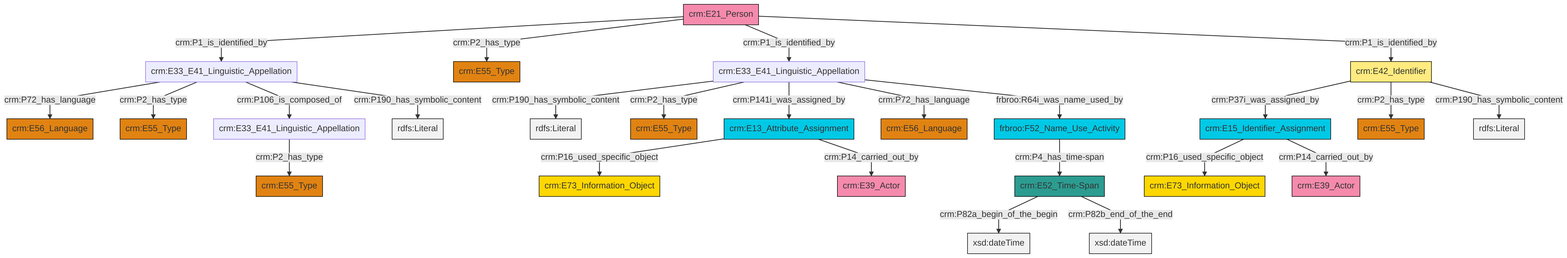
Earlier version of the Mermaid export et/personCSV/ttl/mmd/png/Person_Names_and_Classification.png (swiss-art-research-net/docs.swissartresearch). Its source is kept beside it as et/personCSV/ttl/mmd/Person_Names_and_Classification.ttl.mmd.
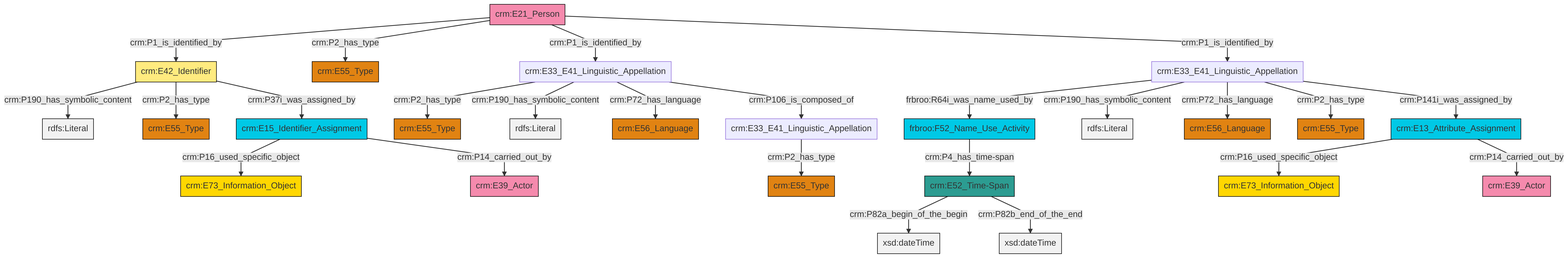
The same diagram one commit later.

Diff of the diagram source:
```diff
@@ -13,27 +13,27 @@
 classDef PC_Classes fill:#4ce600, stroke:#000000;
 classDef Multi fill:#cccccc,stroke:#000000;
 
-0["crm:E33_E41_Linguistic_Appellation"]:::Default -->|crm:P72_has_language| 1["crm:E56_Language"]:::Type
-8["crm:E42_Identifier"]:::Appellation -->|crm:P37i_was_assigned_by| 2["crm:E15_Identifier_Assignment"]:::Temporal_Entity
-13["crm:E52_Time-Span"]:::Time-Span -->|crm:P82a_begin_of_the_begin| 14[xsd:dateTime]:::Literal
-17["crm:E33_E41_Linguistic_Appellation"]:::Default -->|crm:P190_has_symbolic_content| 18[rdfs:Literal]:::Literal
-9["crm:E21_Person"]:::Actor -->|crm:P1_is_identified_by| 0["crm:E33_E41_Linguistic_Appellation"]:::Default
-17["crm:E33_E41_Linguistic_Appellation"]:::Default -->|crm:P2_has_type| 26["crm:E55_Type"]:::Type
-2["crm:E15_Identifier_Assignment"]:::Temporal_Entity -->|crm:P16_used_specific_object| 28["crm:E73_Information_Object"]:::Conceptual_Object
-2["crm:E15_Identifier_Assignment"]:::Temporal_Entity -->|crm:P14_carried_out_by| 30["crm:E39_Actor"]:::Actor
-8["crm:E42_Identifier"]:::Appellation -->|crm:P2_has_type| 22["crm:E55_Type"]:::Type
-17["crm:E33_E41_Linguistic_Appellation"]:::Default -->|crm:P141i_was_assigned_by| 15["crm:E13_Attribute_Assignment"]:::Temporal_Entity
-20["frbroo:F52_Name_Use_Activity"]:::Temporal_Entity -->|crm:P4_has_time-span| 13["crm:E52_Time-Span"]:::Time-Span
-0["crm:E33_E41_Linguistic_Appellation"]:::Default -->|crm:P2_has_type| 31["crm:E55_Type"]:::Type
-34["crm:E33_E41_Linguistic_Appellation"]:::Default -->|crm:P2_has_type| 4["crm:E55_Type"]:::Type
-15["crm:E13_Attribute_Assignment"]:::Temporal_Entity -->|crm:P16_used_specific_object| 11["crm:E73_Information_Object"]:::Conceptual_Object
-13["crm:E52_Time-Span"]:::Time-Span -->|crm:P82b_end_of_the_end| 37[xsd:dateTime]:::Literal
-8["crm:E42_Identifier"]:::Appellation -->|crm:P190_has_symbolic_content| 39[rdfs:Literal]:::Literal
-17["crm:E33_E41_Linguistic_Appellation"]:::Default -->|crm:P72_has_language| 24["crm:E56_Language"]:::Type
-9["crm:E21_Person"]:::Actor -->|crm:P2_has_type| 40["crm:E55_Type"]:::Type
-0["crm:E33_E41_Linguistic_Appellation"]:::Default -->|crm:P106_is_composed_of| 34["crm:E33_E41_Linguistic_Appellation"]:::Default
-0["crm:E33_E41_Linguistic_Appellation"]:::Default -->|crm:P190_has_symbolic_content| 45[rdfs:Literal]:::Literal
-9["crm:E21_Person"]:::Actor -->|crm:P1_is_identified_by| 17["crm:E33_E41_Linguistic_Appellation"]:::Default
-17["crm:E33_E41_Linguistic_Appellation"]:::Default -->|frbroo:R64i_was_name_used_by| 20["frbroo:F52_Name_Use_Activity"]:::Temporal_Entity
-15["crm:E13_Attribute_Assignment"]:::Temporal_Entity -->|crm:P14_carried_out_by| 6["crm:E39_Actor"]:::Actor
-9["crm:E21_Person"]:::Actor -->|crm:P1_is_identified_by| 8["crm:E42_Identifier"]:::Appellation
+0["crm:E33_E41_Linguistic_Appellation"]:::Default -->|crm:P2_has_type| 1["crm:E55_Type"]:::Type
+2["crm:E42_Identifier"]:::Appellation -->|crm:P190_has_symbolic_content| 3[rdfs:Literal]:::Literal
+4["crm:E33_E41_Linguistic_Appellation"]:::Default -->|crm:P2_has_type| 5["crm:E55_Type"]:::Type
+9["crm:E33_E41_Linguistic_Appellation"]:::Default -->|frbroo:R64i_was_name_used_by| 10["frbroo:F52_Name_Use_Activity"]:::Temporal_Entity
+12["crm:E13_Attribute_Assignment"]:::Temporal_Entity -->|crm:P16_used_specific_object| 13["crm:E73_Information_Object"]:::Conceptual_Object
+9["crm:E33_E41_Linguistic_Appellation"]:::Default -->|crm:P190_has_symbolic_content| 14[rdfs:Literal]:::Literal
+9["crm:E33_E41_Linguistic_Appellation"]:::Default -->|crm:P72_has_language| 15["crm:E56_Language"]:::Type
+0["crm:E33_E41_Linguistic_Appellation"]:::Default -->|crm:P190_has_symbolic_content| 16[rdfs:Literal]:::Literal
+19["crm:E15_Identifier_Assignment"]:::Temporal_Entity -->|crm:P16_used_specific_object| 20["crm:E73_Information_Object"]:::Conceptual_Object
+0["crm:E33_E41_Linguistic_Appellation"]:::Default -->|crm:P72_has_language| 22["crm:E56_Language"]:::Type
+24["crm:E21_Person"]:::Actor -->|crm:P1_is_identified_by| 2["crm:E42_Identifier"]:::Appellation
+12["crm:E13_Attribute_Assignment"]:::Temporal_Entity -->|crm:P14_carried_out_by| 25["crm:E39_Actor"]:::Actor
+0["crm:E33_E41_Linguistic_Appellation"]:::Default -->|crm:P106_is_composed_of| 4["crm:E33_E41_Linguistic_Appellation"]:::Default
+10["frbroo:F52_Name_Use_Activity"]:::Temporal_Entity -->|crm:P4_has_time-span| 26["crm:E52_Time-Span"]:::Time-Span
+9["crm:E33_E41_Linguistic_Appellation"]:::Default -->|crm:P2_has_type| 17["crm:E55_Type"]:::Type
+24["crm:E21_Person"]:::Actor -->|crm:P2_has_type| 28["crm:E55_Type"]:::Type
+2["crm:E42_Identifier"]:::Appellation -->|crm:P2_has_type| 30["crm:E55_Type"]:::Type
+19["crm:E15_Identifier_Assignment"]:::Temporal_Entity -->|crm:P14_carried_out_by| 7["crm:E39_Actor"]:::Actor
+9["crm:E33_E41_Linguistic_Appellation"]:::Default -->|crm:P141i_was_assigned_by| 12["crm:E13_Attribute_Assignment"]:::Temporal_Entity
+26["crm:E52_Time-Span"]:::Time-Span -->|crm:P82a_begin_of_the_begin| 33[xsd:dateTime]:::Literal
+24["crm:E21_Person"]:::Actor -->|crm:P1_is_identified_by| 0["crm:E33_E41_Linguistic_Appellation"]:::Default
+24["crm:E21_Person"]:::Actor -->|crm:P1_is_identified_by| 9["crm:E33_E41_Linguistic_Appellation"]:::Default
+26["crm:E52_Time-Span"]:::Time-Span -->|crm:P82b_end_of_the_end| 37[xsd:dateTime]:::Literal
+2["crm:E42_Identifier"]:::Appellation -->|crm:P37i_was_assigned_by| 19["crm:E15_Identifier_Assignment"]:::Temporal_Entity
```
